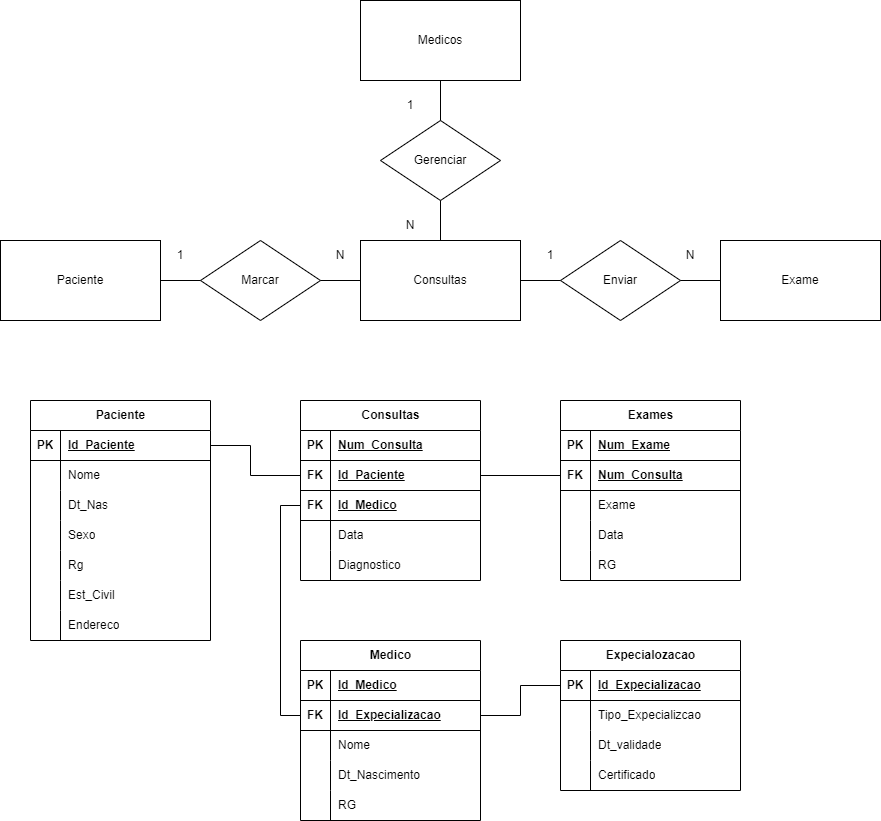
Above: Ayv_edna.drawio.png in Endrigogustavo/2Ano-ETEC (draw.io), before the change. Source tidied: cells renumbered, new cells last; positions are measured from the earlier drawing's top-left corner, leaving out a move shared by most shapes.
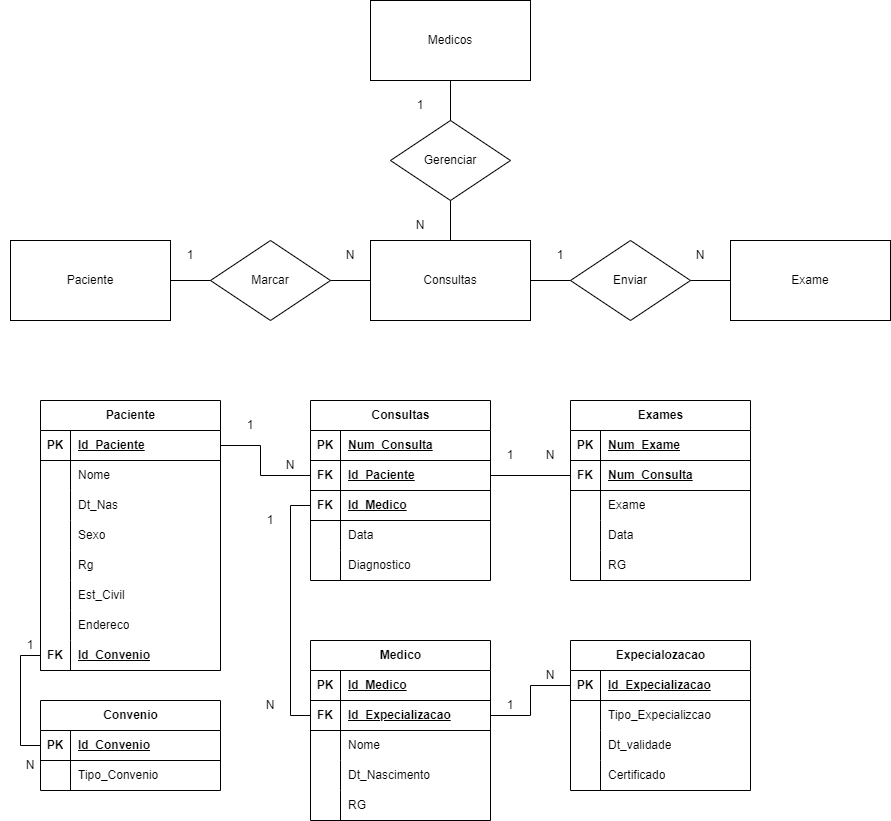
Above is the later version.

Change to the diagram source:
```diff
@@ -44,7 +44,7 @@
       <mxGeometry relative="1" as="geometry" />
     </mxCell>
     <mxCell id="15" value="Paciente" style="shape=table;startSize=30;rowLines=0;fontStyle=1;align=center;html=1;" parent="1" vertex="1">
-      <mxGeometry x="30" y="400" width="180" height="240" as="geometry" />
+      <mxGeometry x="30" y="400" width="180" height="270" as="geometry" />
     </mxCell>
     <mxCell id="16" style="shape=tableRow;horizontal=0;startSize=0;swimlaneHead=0;swimlaneBody=0;fillColor=none;points=[[0,0.5],[1,0.5]];portConstraint=eastwest;top=0;left=0;right=0;bottom=1;" parent="15" vertex="1">
       <mxGeometry y="30" width="180" height="30" as="geometry" />
@@ -109,6 +109,15 @@
     <mxCell id="36" value="Endereco" style="shape=partialRectangle;fillColor=none;top=0;left=0;bottom=0;right=0;align=left;spacingLeft=6;overflow=hidden;whiteSpace=wrap;html=1;" parent="34" vertex="1">
       <mxGeometry x="30" width="150" height="30" as="geometry" />
     </mxCell>
+    <mxCell id="108" style="shape=tableRow;horizontal=0;startSize=0;swimlaneHead=0;swimlaneBody=0;fillColor=none;points=[[0,0.5],[1,0.5]];portConstraint=eastwest;top=0;left=0;right=0;bottom=1;" parent="15" vertex="1">
+      <mxGeometry y="240" width="180" height="30" as="geometry" />
+    </mxCell>
+    <mxCell id="109" value="FK" style="shape=partialRectangle;fillColor=none;top=0;left=0;bottom=0;right=0;fontStyle=1;overflow=hidden;whiteSpace=wrap;html=1;" parent="108" vertex="1">
+      <mxGeometry width="30" height="30" as="geometry" />
+    </mxCell>
+    <mxCell id="110" value="Id_Convenio" style="shape=partialRectangle;fillColor=none;top=0;left=0;bottom=0;right=0;align=left;spacingLeft=6;fontStyle=5;overflow=hidden;whiteSpace=wrap;html=1;" parent="108" vertex="1">
+      <mxGeometry x="30" width="150" height="30" as="geometry" />
+    </mxCell>
     <mxCell id="37" value="1" style="text;html=1;strokeColor=none;fillColor=none;align=center;verticalAlign=middle;whiteSpace=wrap;rounded=0;" parent="1" vertex="1">
       <mxGeometry x="150" y="240" width="60" height="30" as="geometry" />
     </mxCell>
@@ -337,5 +346,64 @@
     <mxCell id="107" style="endArrow=none;html=1;rounded=0;exitX=1;exitY=0.5;exitDx=0;exitDy=0;entryX=0;entryY=0.5;entryDx=0;entryDy=0;" parent="1" edge="1" source="47" target="95">
       <mxGeometry relative="1" as="geometry" />
     </mxCell>
+    <mxCell id="111" value="1" style="text;html=1;strokeColor=none;fillColor=none;align=center;verticalAlign=middle;whiteSpace=wrap;rounded=0;" parent="1" vertex="1">
+      <mxGeometry x="210" y="410" width="60" height="30" as="geometry" />
+    </mxCell>
+    <mxCell id="112" value="N" style="text;html=1;strokeColor=none;fillColor=none;align=center;verticalAlign=middle;whiteSpace=wrap;rounded=0;" parent="1" vertex="1">
+      <mxGeometry x="250" y="450" width="60" height="30" as="geometry" />
+    </mxCell>
+    <mxCell id="113" value="1" style="text;html=1;strokeColor=none;fillColor=none;align=center;verticalAlign=middle;whiteSpace=wrap;rounded=0;" parent="1" vertex="1">
+      <mxGeometry x="230" y="505" width="60" height="30" as="geometry" />
+    </mxCell>
+    <mxCell id="114" value="N" style="text;html=1;strokeColor=none;fillColor=none;align=center;verticalAlign=middle;whiteSpace=wrap;rounded=0;" parent="1" vertex="1">
+      <mxGeometry x="230" y="690" width="60" height="30" as="geometry" />
+    </mxCell>
+    <mxCell id="115" value="1" style="text;html=1;strokeColor=none;fillColor=none;align=center;verticalAlign=middle;whiteSpace=wrap;rounded=0;" parent="1" vertex="1">
+      <mxGeometry x="470" y="690" width="60" height="30" as="geometry" />
+    </mxCell>
+    <mxCell id="116" value="N" style="text;html=1;strokeColor=none;fillColor=none;align=center;verticalAlign=middle;whiteSpace=wrap;rounded=0;" parent="1" vertex="1">
+      <mxGeometry x="510" y="660" width="60" height="30" as="geometry" />
+    </mxCell>
+    <mxCell id="117" value="1" style="text;html=1;strokeColor=none;fillColor=none;align=center;verticalAlign=middle;whiteSpace=wrap;rounded=0;" parent="1" vertex="1">
+      <mxGeometry x="470" y="440" width="60" height="30" as="geometry" />
+    </mxCell>
+    <mxCell id="118" value="N" style="text;html=1;strokeColor=none;fillColor=none;align=center;verticalAlign=middle;whiteSpace=wrap;rounded=0;" parent="1" vertex="1">
+      <mxGeometry x="510" y="440" width="60" height="30" as="geometry" />
+    </mxCell>
+    <mxCell id="119" value="Convenio" style="shape=table;startSize=30;rowLines=0;fontStyle=1;align=center;html=1;" parent="1" vertex="1">
+      <mxGeometry x="30" y="700" width="180" height="90" as="geometry" />
+    </mxCell>
+    <mxCell id="120" style="shape=tableRow;horizontal=0;startSize=0;swimlaneHead=0;swimlaneBody=0;fillColor=none;points=[[0,0.5],[1,0.5]];portConstraint=eastwest;top=0;left=0;right=0;bottom=1;" parent="119" vertex="1">
+      <mxGeometry y="30" width="180" height="30" as="geometry" />
+    </mxCell>
+    <mxCell id="121" value="PK" style="shape=partialRectangle;fillColor=none;top=0;left=0;bottom=0;right=0;fontStyle=1;overflow=hidden;whiteSpace=wrap;html=1;" parent="120" vertex="1">
+      <mxGeometry width="30" height="30" as="geometry" />
+    </mxCell>
+    <mxCell id="122" value="Id_Convenio" style="shape=partialRectangle;fillColor=none;top=0;left=0;bottom=0;right=0;align=left;spacingLeft=6;fontStyle=5;overflow=hidden;whiteSpace=wrap;html=1;" parent="120" vertex="1">
+      <mxGeometry x="30" width="150" height="30" as="geometry" />
+    </mxCell>
+    <mxCell id="123" style="shape=tableRow;horizontal=0;startSize=0;swimlaneHead=0;swimlaneBody=0;fillColor=none;top=0;left=0;right=0;bottom=0;" parent="119" vertex="1">
+      <mxGeometry y="60" width="180" height="30" as="geometry" />
+    </mxCell>
+    <mxCell id="124" style="shape=partialRectangle;fillColor=none;top=0;left=0;bottom=0;right=0;overflow=hidden;whiteSpace=wrap;html=1;" parent="123" vertex="1">
+      <mxGeometry width="30" height="30" as="geometry" />
+    </mxCell>
+    <mxCell id="125" value="Tipo_Convenio" style="shape=partialRectangle;fillColor=none;top=0;left=0;bottom=0;right=0;align=left;spacingLeft=6;overflow=hidden;whiteSpace=wrap;html=1;" parent="123" vertex="1">
+      <mxGeometry x="30" width="150" height="30" as="geometry" />
+    </mxCell>
+    <mxCell id="126" style="endArrow=none;html=1;rounded=0;exitX=0;exitY=0.5;exitDx=0;exitDy=0;entryX=0;entryY=0.5;entryDx=0;entryDy=0;" parent="1" edge="1" source="108" target="120">
+      <mxGeometry relative="1" as="geometry">
+        <Array as="points">
+          <mxPoint x="10" y="655" />
+          <mxPoint x="10" y="745" />
+        </Array>
+      </mxGeometry>
+    </mxCell>
+    <mxCell id="127" value="1" style="text;html=1;strokeColor=none;fillColor=none;align=center;verticalAlign=middle;whiteSpace=wrap;rounded=0;" parent="1" vertex="1">
+      <mxGeometry x="-10" y="630" width="60" height="30" as="geometry" />
+    </mxCell>
+    <mxCell id="128" value="N" style="text;html=1;strokeColor=none;fillColor=none;align=center;verticalAlign=middle;whiteSpace=wrap;rounded=0;" parent="1" vertex="1">
+      <mxGeometry x="-10" y="750" width="60" height="30" as="geometry" />
+    </mxCell>
   </root>
 </mxGraphModel>
```
